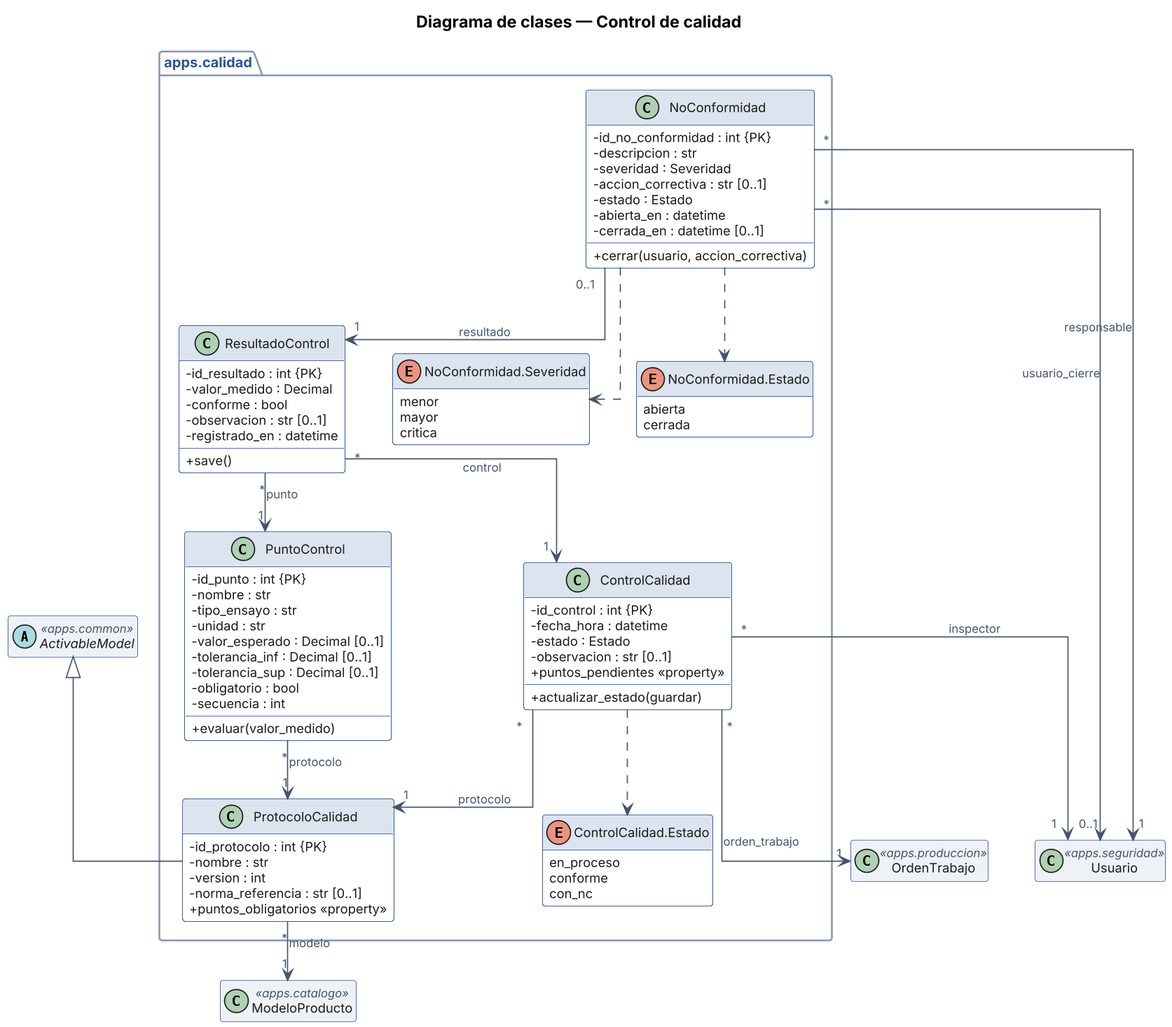
Above: Fase 2/Evidencias Proyecto/Evidencias de documentación/3. Análisis y diseño/SITRAFO_Diagramas_MER_y_Clases/Diagramas de clases/Clases_Calidad.png in benjamindelgado-dev/SITRAFO (PlantUML), before the change.
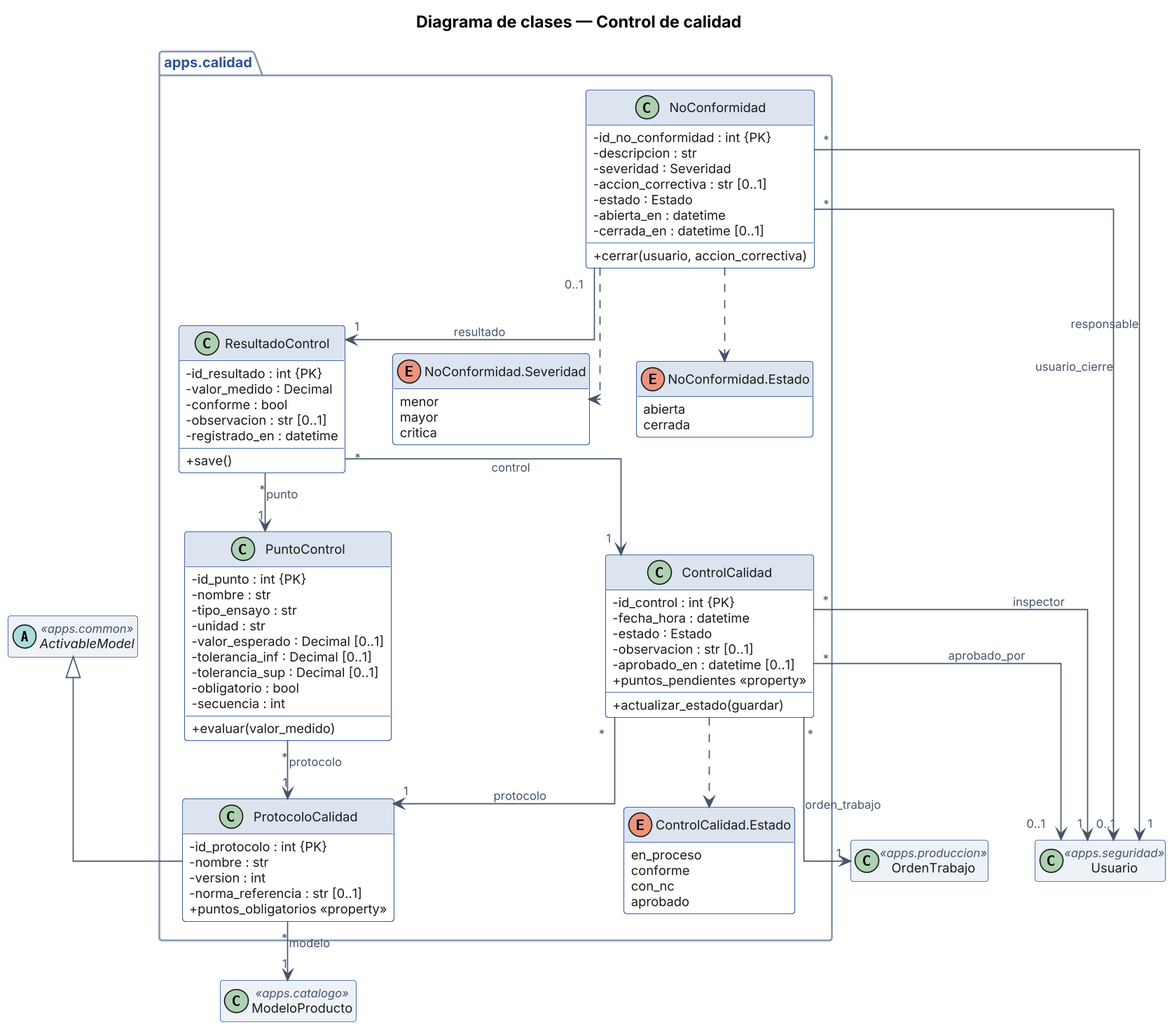
Above is the later version.

Diff of the diagram source:
```diff
@@ -32,6 +32,7 @@
   - fecha_hora : datetime
   - estado : Estado
   - observacion : str [0..1]
+  - aprobado_en : datetime [0..1]
   + puntos_pendientes «property»
   + actualizar_estado(guardar)
 }
@@ -39,6 +40,7 @@
   en_proceso
   conforme
   con_nc
+  aprobado
 }
 ControlCalidad ..> ControlCalidad_Estado
 class ResultadoControl {
@@ -77,6 +79,7 @@
 ControlCalidad "*" --> "1" OrdenTrabajo : orden_trabajo
 ControlCalidad "*" --> "1" ProtocoloCalidad : protocolo
 ControlCalidad "*" --> "1" Usuario : inspector
+ControlCalidad "*" --> "0..1" Usuario : aprobado_por
 ResultadoControl "*" --> "1" ControlCalidad : control
 ResultadoControl "*" --> "1" PuntoControl : punto
 NoConformidad "0..1" --> "1" ResultadoControl : resultado
```
